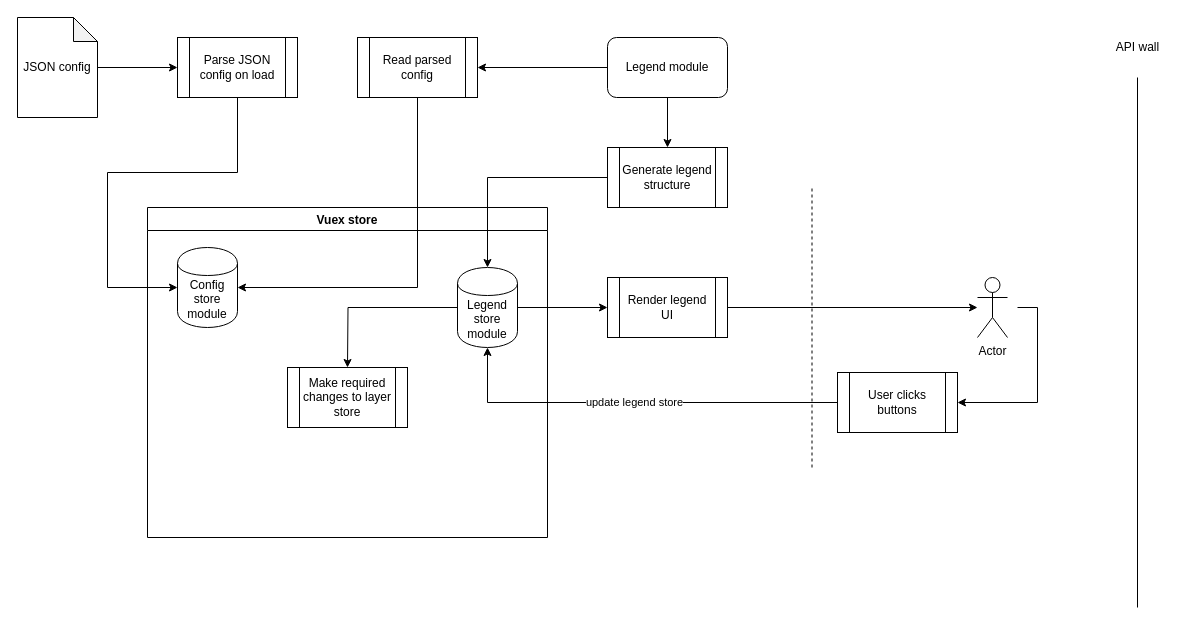
Earlier version of the draw.io diagram Untitled Diagram.drawio (ramp4-pcar4/r4design). Source tidied: cells renumbered, new cells numbered last; positions are measured from the earlier drawing's top-left corner, leaving out a move shared by most shapes. Both pictures are drawn from the tidied source at 100%, with x=0, y=0 at pixel (17, 17).
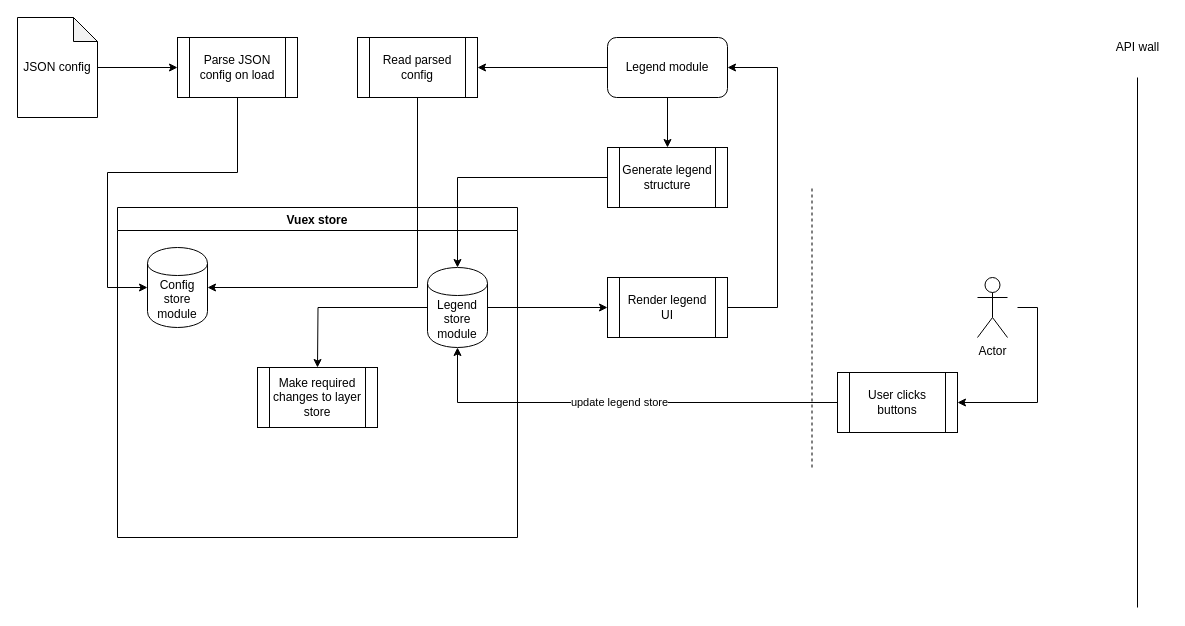
The same diagram, later.

The change refers to these unchanged cells:
```xml
<mxCell id="15" value="Legend module" style="rounded=1;whiteSpace=wrap;html=1;" parent="1" vertex="1">
  <mxGeometry x="590" y="20" width="120" height="60" as="geometry" />
</mxCell>
<mxCell id="21" value="Render legend UI" style="shape=process;whiteSpace=wrap;html=1;backgroundOutline=1;" parent="1" vertex="1">
  <mxGeometry x="590" y="260" width="120" height="60" as="geometry" />
</mxCell>
<mxCell id="27" value="Actor" style="shape=umlActor;verticalLabelPosition=bottom;labelBackgroundColor=#ffffff;verticalAlign=top;html=1;outlineConnect=0;" parent="1" vertex="1">
  <mxGeometry x="960" y="260" width="30" height="60" as="geometry" />
</mxCell>
```

Diff of the diagram source:
```diff
@@
     <mxCell id="8" value="Vuex store" style="swimlane;" parent="1" vertex="1">
-      <mxGeometry x="130" y="190" width="400" height="330" as="geometry" />
+      <mxGeometry x="100" y="190" width="400" height="330" as="geometry" />
     </mxCell>
@@
-    <mxCell id="20" style="edgeStyle=orthogonalEdgeStyle;rounded=0;jettySize=auto;html=1;" parent="1" edge="1" source="21" target="27">
-      <mxGeometry relative="1" as="geometry" />
+    <mxCell id="20" style="edgeStyle=orthogonalEdgeStyle;rounded=0;jettySize=auto;html=1;entryX=1;entryY=0.5;entryDx=0;entryDy=0;" parent="1" edge="1" source="21" target="15">
+      <mxGeometry relative="1" as="geometry">
+        <Array as="points">
+          <mxPoint x="760" y="290" />
+          <mxPoint x="760" y="50" />
+        </Array>
+      </mxGeometry>
     </mxCell>
```
